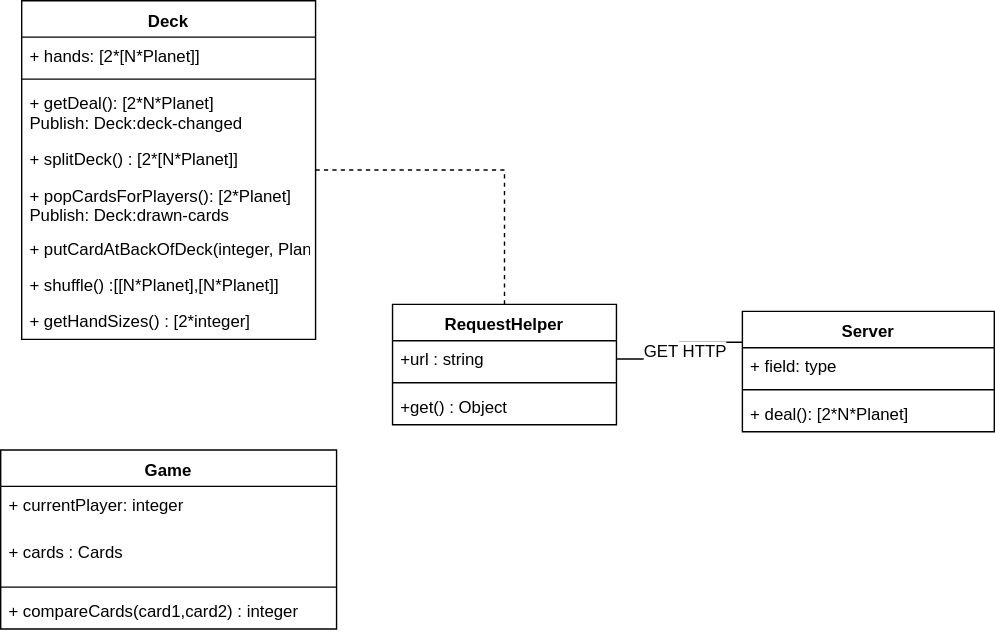
stevefaeembra/javascript_nasa_top_trumps keeps this draw.io diagram as diagrams/Class_Diagram.drawio.svg. Above is the earlier version. Source tidied: cells renumbered, new cells last; positions are measured from the earlier drawing's top-left corner, leaving out a move shared by most shapes. Its diagram source:
```xml
<mxGraphModel>
  <root>
    <mxCell id="0" />
    <mxCell id="1" parent="0" />
    <mxCell id="2" style="edgeStyle=orthogonalEdgeStyle;rounded=0;html=1;entryX=0.5;entryY=0;jettySize=auto;dashed=1;endArrow=none;endFill=0;" parent="1" edge="1" source="3" target="16">
      <mxGeometry relative="1" as="geometry" />
    </mxCell>
    <mxCell id="3" value="Deck&#10;&#10;" style="swimlane;fontStyle=1;align=center;verticalAlign=top;horizontal=1;startSize=26;" parent="1" vertex="1">
      <mxGeometry x="15" width="210" height="242" as="geometry" />
    </mxCell>
    <mxCell id="4" value="+ hands: [2*[N*Planet]]" style="text;strokeColor=none;fillColor=none;align=left;verticalAlign=top;spacingLeft=4;spacingRight=4;overflow=hidden;" parent="3" vertex="1">
      <mxGeometry y="26" width="210" height="26" as="geometry" />
    </mxCell>
    <mxCell id="5" style="line;strokeWidth=1;fillColor=none;align=left;verticalAlign=middle;spacingTop=-1;spacingLeft=3;spacingRight=3;labelPosition=right;" parent="3" vertex="1">
      <mxGeometry y="52" width="210" height="8" as="geometry" />
    </mxCell>
    <mxCell id="6" value="+ getDeal(): [2*N*Planet]&#10;Publish: Deck:deck-changed&#10;" style="text;strokeColor=none;fillColor=none;align=left;verticalAlign=top;spacingLeft=4;spacingRight=4;overflow=hidden;" parent="3" vertex="1">
      <mxGeometry y="60" width="210" height="40" as="geometry" />
    </mxCell>
    <mxCell id="7" value="+ splitDeck() : [2*[N*Planet]]" style="text;strokeColor=none;fillColor=none;align=left;verticalAlign=top;spacingLeft=4;spacingRight=4;overflow=hidden;" parent="3" vertex="1">
      <mxGeometry y="100" width="210" height="26" as="geometry" />
    </mxCell>
    <mxCell id="8" value="+ popCardsForPlayers(): [2*Planet]&#10;Publish: Deck:drawn-cards&#10;" style="text;strokeColor=none;fillColor=none;align=left;verticalAlign=top;spacingLeft=4;spacingRight=4;overflow=hidden;" parent="3" vertex="1">
      <mxGeometry y="126" width="210" height="38" as="geometry" />
    </mxCell>
    <mxCell id="9" value="+ putCardAtBackOfDeck(integer, Planet)" style="text;strokeColor=none;fillColor=none;align=left;verticalAlign=top;spacingLeft=4;spacingRight=4;overflow=hidden;" parent="3" vertex="1">
      <mxGeometry y="164" width="210" height="26" as="geometry" />
    </mxCell>
    <mxCell id="10" value="+ shuffle() :[[N*Planet],[N*Planet]]&#10;&#10;" style="text;strokeColor=none;fillColor=none;align=left;verticalAlign=top;spacingLeft=4;spacingRight=4;overflow=hidden;" parent="3" vertex="1">
      <mxGeometry y="190" width="210" height="26" as="geometry" />
    </mxCell>
    <mxCell id="11" value="+ getHandSizes() : [2*integer]&#10;&#10;" style="text;strokeColor=none;fillColor=none;align=left;verticalAlign=top;spacingLeft=4;spacingRight=4;overflow=hidden;" parent="3" vertex="1">
      <mxGeometry y="216" width="210" height="26" as="geometry" />
    </mxCell>
    <mxCell id="12" value="Server" style="swimlane;fontStyle=1;align=center;verticalAlign=top;horizontal=1;startSize=26;" parent="1" vertex="1">
      <mxGeometry x="530" y="222" width="180" height="86" as="geometry" />
    </mxCell>
    <mxCell id="13" value="+ field: type" style="text;strokeColor=none;fillColor=none;align=left;verticalAlign=top;spacingLeft=4;spacingRight=4;overflow=hidden;" parent="12" vertex="1">
      <mxGeometry y="26" width="180" height="26" as="geometry" />
    </mxCell>
    <mxCell id="14" style="line;strokeWidth=1;fillColor=none;align=left;verticalAlign=middle;spacingTop=-1;spacingLeft=3;spacingRight=3;labelPosition=right;" parent="12" vertex="1">
      <mxGeometry y="52" width="180" height="8" as="geometry" />
    </mxCell>
    <mxCell id="15" value="+ deal(): [2*N*Planet]&#10;&#10;" style="text;strokeColor=none;fillColor=none;align=left;verticalAlign=top;spacingLeft=4;spacingRight=4;overflow=hidden;" parent="12" vertex="1">
      <mxGeometry y="60" width="180" height="26" as="geometry" />
    </mxCell>
    <mxCell id="16" value="RequestHelper" style="swimlane;fontStyle=1;align=center;verticalAlign=top;horizontal=1;startSize=26;" parent="1" vertex="1">
      <mxGeometry x="280" y="217" width="160" height="86" as="geometry" />
    </mxCell>
    <mxCell id="17" value="+url : string" style="text;strokeColor=none;fillColor=none;align=left;verticalAlign=top;spacingLeft=4;spacingRight=4;overflow=hidden;points=[[0,0.5],[1,0.5]];portConstraint=eastwest;" parent="16" vertex="1">
      <mxGeometry y="26" width="160" height="26" as="geometry" />
    </mxCell>
    <mxCell id="18" style="line;strokeWidth=1;fillColor=none;align=left;verticalAlign=middle;spacingTop=-1;spacingLeft=3;spacingRight=3;labelPosition=right;" parent="16" vertex="1">
      <mxGeometry y="52" width="160" height="8" as="geometry" />
    </mxCell>
    <mxCell id="19" value="+get() : Object&#10;&#10;" style="text;strokeColor=none;fillColor=none;align=left;verticalAlign=top;spacingLeft=4;spacingRight=4;overflow=hidden;" parent="16" vertex="1">
      <mxGeometry y="60" width="160" height="26" as="geometry" />
    </mxCell>
    <mxCell id="20" value="Game" style="swimlane;fontStyle=1;align=center;verticalAlign=top;horizontal=1;startSize=26;" parent="1" vertex="1">
      <mxGeometry y="321" width="240" height="128" as="geometry" />
    </mxCell>
    <mxCell id="21" value="+ currentPlayer: integer&#10;" style="text;strokeColor=none;fillColor=none;align=left;verticalAlign=top;spacingLeft=4;spacingRight=4;overflow=hidden;" parent="20" vertex="1">
      <mxGeometry y="26" width="240" height="34" as="geometry" />
    </mxCell>
    <mxCell id="22" value="+ cards : Cards&#10;&#10;" style="text;strokeColor=none;fillColor=none;align=left;verticalAlign=top;spacingLeft=4;spacingRight=4;overflow=hidden;" parent="20" vertex="1">
      <mxGeometry y="60" width="240" height="34" as="geometry" />
    </mxCell>
    <mxCell id="23" style="line;strokeWidth=1;fillColor=none;align=left;verticalAlign=middle;spacingTop=-1;spacingLeft=3;spacingRight=3;labelPosition=right;" parent="20" vertex="1">
      <mxGeometry y="94" width="240" height="8" as="geometry" />
    </mxCell>
    <mxCell id="24" value="+ compareCards(card1,card2) : integer&#10;&#10;" style="text;strokeColor=none;fillColor=none;align=left;verticalAlign=top;spacingLeft=4;spacingRight=4;overflow=hidden;" parent="20" vertex="1">
      <mxGeometry y="102" width="240" height="26" as="geometry" />
    </mxCell>
    <mxCell id="25" style="edgeStyle=orthogonalEdgeStyle;rounded=0;html=1;exitX=1;exitY=0.5;entryX=0;entryY=0.25;endArrow=none;endFill=0;jettySize=auto;" parent="1" edge="1" source="17" target="12">
      <mxGeometry relative="1" as="geometry" />
    </mxCell>
    <mxCell id="26" value="GET HTTP" style="text;html=1;align=center;verticalAlign=middle;labelBackgroundColor=#ffffff;" parent="25" vertex="1">
      <mxGeometry x="0.01" y="-4" relative="1" as="geometry" />
    </mxCell>
  </root>
</mxGraphModel>
```
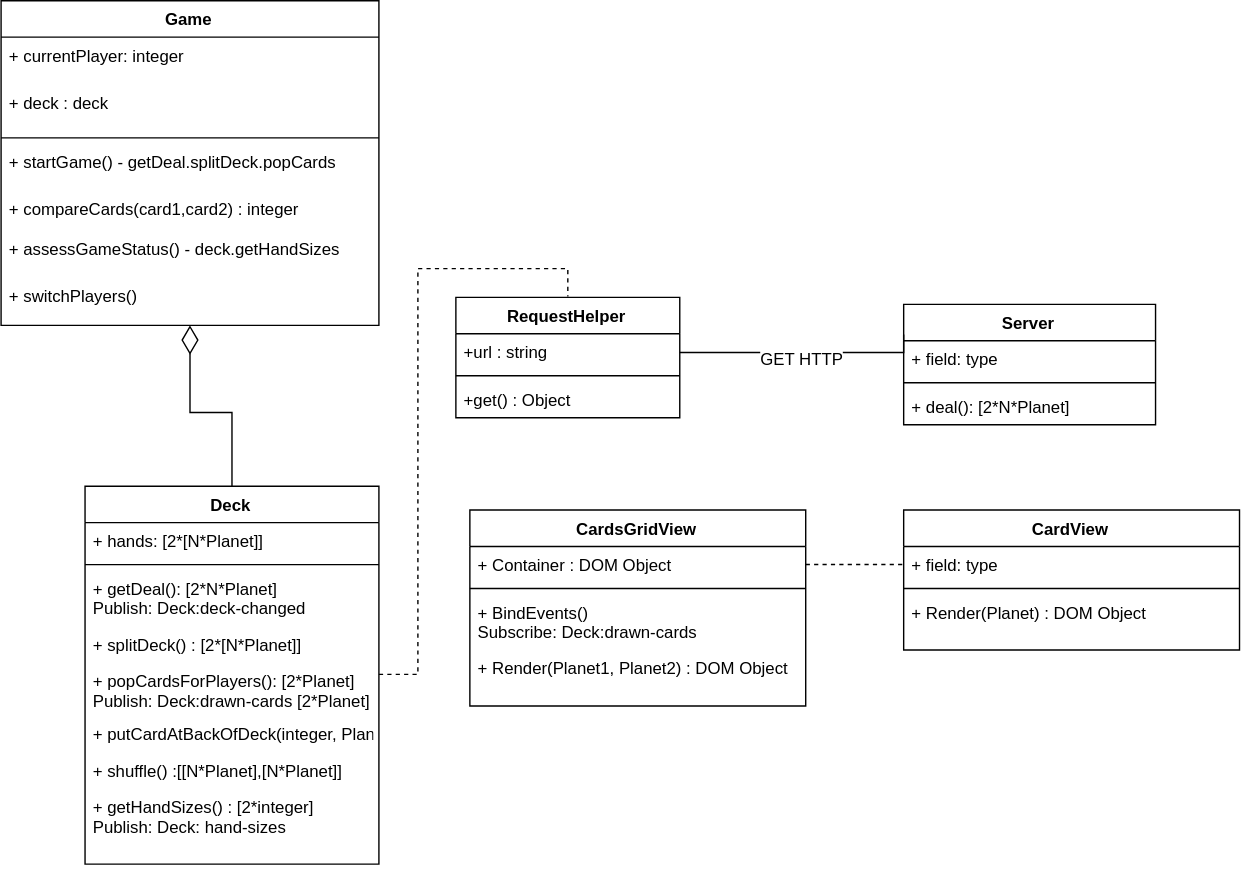
The same file after the commit.

Commit message:
updated class diagram

Diff of the diagram source:
```diff
@@ -6,7 +6,7 @@
       <mxGeometry relative="1" as="geometry" />
     </mxCell>
     <mxCell id="3" value="Deck&#10;&#10;" style="swimlane;fontStyle=1;align=center;verticalAlign=top;horizontal=1;startSize=26;" parent="1" vertex="1">
-      <mxGeometry x="15" width="210" height="242" as="geometry" />
+      <mxGeometry x="15" y="352" width="210" height="270" as="geometry" />
     </mxCell>
     <mxCell id="4" value="+ hands: [2*[N*Planet]]" style="text;strokeColor=none;fillColor=none;align=left;verticalAlign=top;spacingLeft=4;spacingRight=4;overflow=hidden;" parent="3" vertex="1">
       <mxGeometry y="26" width="210" height="26" as="geometry" />
@@ -20,7 +20,7 @@
     <mxCell id="7" value="+ splitDeck() : [2*[N*Planet]]" style="text;strokeColor=none;fillColor=none;align=left;verticalAlign=top;spacingLeft=4;spacingRight=4;overflow=hidden;" parent="3" vertex="1">
       <mxGeometry y="100" width="210" height="26" as="geometry" />
     </mxCell>
-    <mxCell id="8" value="+ popCardsForPlayers(): [2*Planet]&#10;Publish: Deck:drawn-cards&#10;" style="text;strokeColor=none;fillColor=none;align=left;verticalAlign=top;spacingLeft=4;spacingRight=4;overflow=hidden;" parent="3" vertex="1">
+    <mxCell id="8" value="+ popCardsForPlayers(): [2*Planet]&#10;Publish: Deck:drawn-cards [2*Planet]&#10;" style="text;strokeColor=none;fillColor=none;align=left;verticalAlign=top;spacingLeft=4;spacingRight=4;overflow=hidden;" parent="3" vertex="1">
       <mxGeometry y="126" width="210" height="38" as="geometry" />
     </mxCell>
     <mxCell id="9" value="+ putCardAtBackOfDeck(integer, Planet)" style="text;strokeColor=none;fillColor=none;align=left;verticalAlign=top;spacingLeft=4;spacingRight=4;overflow=hidden;" parent="3" vertex="1">
@@ -29,11 +29,11 @@
     <mxCell id="10" value="+ shuffle() :[[N*Planet],[N*Planet]]&#10;&#10;" style="text;strokeColor=none;fillColor=none;align=left;verticalAlign=top;spacingLeft=4;spacingRight=4;overflow=hidden;" parent="3" vertex="1">
       <mxGeometry y="190" width="210" height="26" as="geometry" />
     </mxCell>
-    <mxCell id="11" value="+ getHandSizes() : [2*integer]&#10;&#10;" style="text;strokeColor=none;fillColor=none;align=left;verticalAlign=top;spacingLeft=4;spacingRight=4;overflow=hidden;" parent="3" vertex="1">
-      <mxGeometry y="216" width="210" height="26" as="geometry" />
+    <mxCell id="11" value="+ getHandSizes() : [2*integer]&#10;Publish: Deck: hand-sizes&#10;&#10;" style="text;strokeColor=none;fillColor=none;align=left;verticalAlign=top;spacingLeft=4;spacingRight=4;overflow=hidden;" parent="3" vertex="1">
+      <mxGeometry y="216" width="210" height="54" as="geometry" />
     </mxCell>
     <mxCell id="12" value="Server" style="swimlane;fontStyle=1;align=center;verticalAlign=top;horizontal=1;startSize=26;" parent="1" vertex="1">
-      <mxGeometry x="530" y="222" width="180" height="86" as="geometry" />
+      <mxGeometry x="600" y="222" width="180" height="86" as="geometry" />
     </mxCell>
     <mxCell id="13" value="+ field: type" style="text;strokeColor=none;fillColor=none;align=left;verticalAlign=top;spacingLeft=4;spacingRight=4;overflow=hidden;" parent="12" vertex="1">
       <mxGeometry y="26" width="180" height="26" as="geometry" />
@@ -56,26 +56,72 @@
     <mxCell id="19" value="+get() : Object&#10;&#10;" style="text;strokeColor=none;fillColor=none;align=left;verticalAlign=top;spacingLeft=4;spacingRight=4;overflow=hidden;" parent="16" vertex="1">
       <mxGeometry y="60" width="160" height="26" as="geometry" />
     </mxCell>
+    <mxCell id="27" style="edgeStyle=orthogonalEdgeStyle;rounded=0;html=1;entryX=0.5;entryY=0;jettySize=auto;endArrow=none;endFill=0;startArrow=diamondThin;startFill=0;startSize=18;" parent="1" edge="1" source="20" target="3">
+      <mxGeometry relative="1" as="geometry" />
+    </mxCell>
     <mxCell id="20" value="Game" style="swimlane;fontStyle=1;align=center;verticalAlign=top;horizontal=1;startSize=26;" parent="1" vertex="1">
-      <mxGeometry y="321" width="240" height="128" as="geometry" />
+      <mxGeometry x="-45" y="5" width="270" height="232" as="geometry" />
     </mxCell>
     <mxCell id="21" value="+ currentPlayer: integer&#10;" style="text;strokeColor=none;fillColor=none;align=left;verticalAlign=top;spacingLeft=4;spacingRight=4;overflow=hidden;" parent="20" vertex="1">
-      <mxGeometry y="26" width="240" height="34" as="geometry" />
+      <mxGeometry y="26" width="270" height="34" as="geometry" />
     </mxCell>
-    <mxCell id="22" value="+ cards : Cards&#10;&#10;" style="text;strokeColor=none;fillColor=none;align=left;verticalAlign=top;spacingLeft=4;spacingRight=4;overflow=hidden;" parent="20" vertex="1">
-      <mxGeometry y="60" width="240" height="34" as="geometry" />
+    <mxCell id="22" value="+ deck : deck&#10;&#10;" style="text;strokeColor=none;fillColor=none;align=left;verticalAlign=top;spacingLeft=4;spacingRight=4;overflow=hidden;" parent="20" vertex="1">
+      <mxGeometry y="60" width="270" height="34" as="geometry" />
     </mxCell>
     <mxCell id="23" style="line;strokeWidth=1;fillColor=none;align=left;verticalAlign=middle;spacingTop=-1;spacingLeft=3;spacingRight=3;labelPosition=right;" parent="20" vertex="1">
-      <mxGeometry y="94" width="240" height="8" as="geometry" />
+      <mxGeometry y="94" width="270" height="8" as="geometry" />
     </mxCell>
+    <mxCell id="28" value="+ startGame() - getDeal.splitDeck.popCards" style="text;strokeColor=none;fillColor=none;align=left;verticalAlign=top;spacingLeft=4;spacingRight=4;overflow=hidden;" parent="20" vertex="1">
+      <mxGeometry y="102" width="270" height="34" as="geometry" />
+    </mxCell>
     <mxCell id="24" value="+ compareCards(card1,card2) : integer&#10;&#10;" style="text;strokeColor=none;fillColor=none;align=left;verticalAlign=top;spacingLeft=4;spacingRight=4;overflow=hidden;" parent="20" vertex="1">
-      <mxGeometry y="102" width="240" height="26" as="geometry" />
+      <mxGeometry y="136" width="270" height="28" as="geometry" />
     </mxCell>
+    <mxCell id="29" value="+ assessGameStatus() - deck.getHandSizes&#10;&#10;" style="text;strokeColor=none;fillColor=none;align=left;verticalAlign=top;spacingLeft=4;spacingRight=4;overflow=hidden;" parent="20" vertex="1">
+      <mxGeometry y="164" width="270" height="34" as="geometry" />
+    </mxCell>
+    <mxCell id="30" value="+ switchPlayers()&#10;" style="text;strokeColor=none;fillColor=none;align=left;verticalAlign=top;spacingLeft=4;spacingRight=4;overflow=hidden;" parent="20" vertex="1">
+      <mxGeometry y="198" width="270" height="34" as="geometry" />
+    </mxCell>
     <mxCell id="25" style="edgeStyle=orthogonalEdgeStyle;rounded=0;html=1;exitX=1;exitY=0.5;entryX=0;entryY=0.25;endArrow=none;endFill=0;jettySize=auto;" parent="1" edge="1" source="17" target="12">
-      <mxGeometry relative="1" as="geometry" />
+      <mxGeometry relative="1" as="geometry">
+        <Array as="points">
+          <mxPoint x="600" y="256" />
+        </Array>
+      </mxGeometry>
     </mxCell>
     <mxCell id="26" value="GET HTTP" style="text;html=1;align=center;verticalAlign=middle;labelBackgroundColor=#ffffff;" parent="25" vertex="1">
       <mxGeometry x="0.01" y="-4" relative="1" as="geometry" />
     </mxCell>
+    <mxCell id="31" value="CardsGridView" style="swimlane;fontStyle=1;align=center;verticalAlign=top;horizontal=1;startSize=26;" parent="1" vertex="1">
+      <mxGeometry x="290" y="369" width="240" height="140" as="geometry" />
+    </mxCell>
+    <mxCell id="32" value="+ Container : DOM Object" style="text;strokeColor=none;fillColor=none;align=left;verticalAlign=top;spacingLeft=4;spacingRight=4;overflow=hidden;points=[[0,0.5],[1,0.5]];portConstraint=eastwest;" parent="31" vertex="1">
+      <mxGeometry y="26" width="240" height="26" as="geometry" />
+    </mxCell>
+    <mxCell id="33" style="line;strokeWidth=1;fillColor=none;align=left;verticalAlign=middle;spacingTop=-1;spacingLeft=3;spacingRight=3;labelPosition=right;" parent="31" vertex="1">
+      <mxGeometry y="52" width="240" height="8" as="geometry" />
+    </mxCell>
+    <mxCell id="34" value="+ BindEvents()&#10;Subscribe: Deck:drawn-cards&#10;" style="text;strokeColor=none;fillColor=none;align=left;verticalAlign=top;spacingLeft=4;spacingRight=4;overflow=hidden;" parent="31" vertex="1">
+      <mxGeometry y="60" width="240" height="40" as="geometry" />
+    </mxCell>
+    <mxCell id="35" value="+ Render(Planet1, Planet2) : DOM Object&#10;" style="text;strokeColor=none;fillColor=none;align=left;verticalAlign=top;spacingLeft=4;spacingRight=4;overflow=hidden;" parent="31" vertex="1">
+      <mxGeometry y="100" width="240" height="40" as="geometry" />
+    </mxCell>
+    <mxCell id="36" value="CardView" style="swimlane;fontStyle=1;align=center;verticalAlign=top;horizontal=1;startSize=26;" parent="1" vertex="1">
+      <mxGeometry x="600" y="369" width="240" height="100" as="geometry" />
+    </mxCell>
+    <mxCell id="37" value="+ field: type" style="text;strokeColor=none;fillColor=none;align=left;verticalAlign=top;spacingLeft=4;spacingRight=4;overflow=hidden;points=[[0,0.5],[1,0.5]];portConstraint=eastwest;" parent="36" vertex="1">
+      <mxGeometry y="26" width="240" height="26" as="geometry" />
+    </mxCell>
+    <mxCell id="38" style="line;strokeWidth=1;fillColor=none;align=left;verticalAlign=middle;spacingTop=-1;spacingLeft=3;spacingRight=3;labelPosition=right;" parent="36" vertex="1">
+      <mxGeometry y="52" width="240" height="8" as="geometry" />
+    </mxCell>
+    <mxCell id="39" value="+ Render(Planet) : DOM Object&#10;" style="text;strokeColor=none;fillColor=none;align=left;verticalAlign=top;spacingLeft=4;spacingRight=4;overflow=hidden;" parent="36" vertex="1">
+      <mxGeometry y="60" width="240" height="40" as="geometry" />
+    </mxCell>
+    <mxCell id="40" style="edgeStyle=orthogonalEdgeStyle;rounded=0;html=1;exitX=1;exitY=0.5;entryX=0;entryY=0.5;startArrow=none;startFill=0;startSize=18;endArrow=none;endFill=0;jettySize=auto;dashed=1;" parent="1" edge="1" source="32" target="37">
+      <mxGeometry relative="1" as="geometry" />
+    </mxCell>
   </root>
 </mxGraphModel>
```
